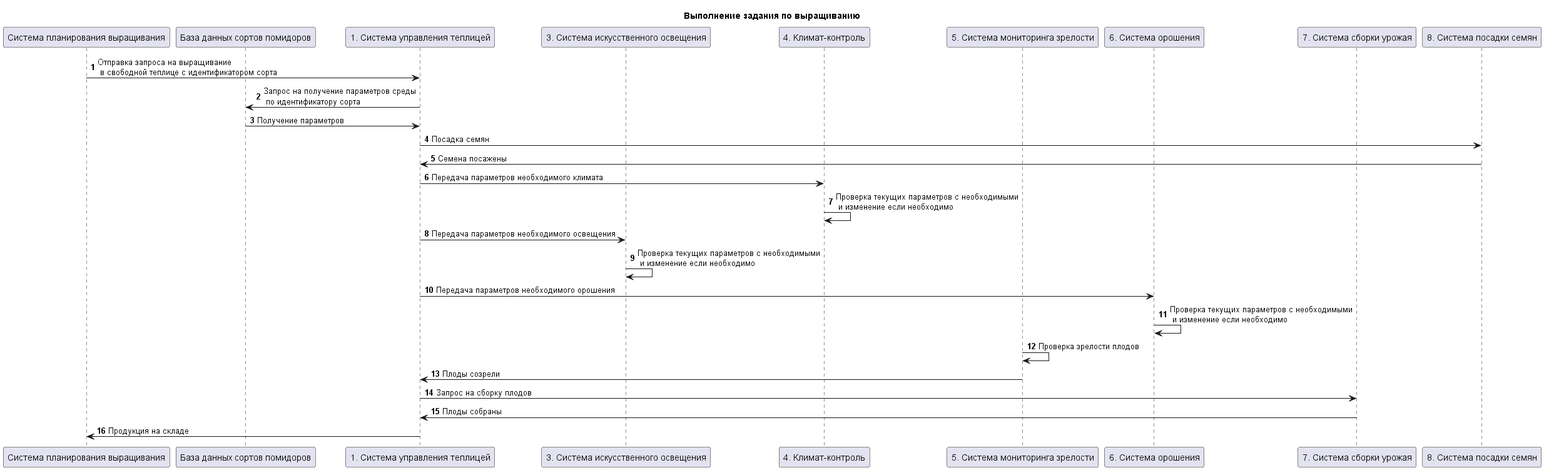
Before: KP/docs/img/proccessing/greenhouse-proccessing-scheme.png, a diagram exported from PlantUML (LibSyfer/CyberImmunity).
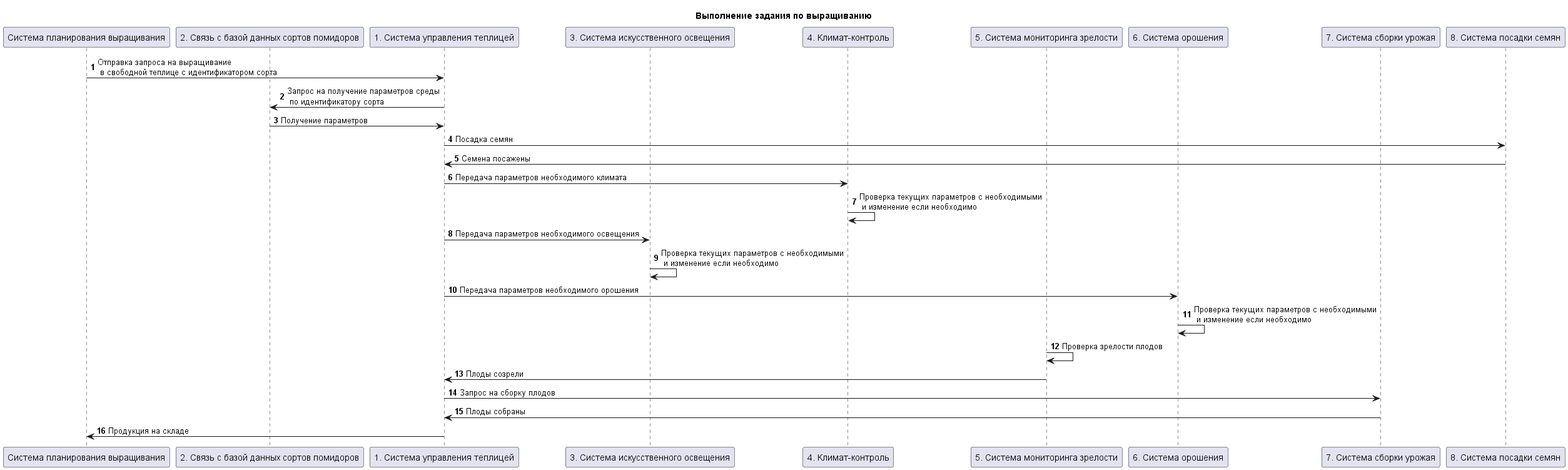
Above is the later version.

Commit message:
Исправлен процесс выращивания в теплице

Change to the diagram source:
```diff
@@ -3,7 +3,7 @@
 title "Выполнение задания по выращиванию"
 
 participant "Система планирования выращивания" as growing_manager_system
-participant "База данных сортов помидоров" as tomato_db
+participant "2. Связь с базой данных сортов помидоров" as tomato_db_connection
 participant "1. Система управления теплицей" as greenhouse_manager_system
 participant "3. Система искусственного освещения" as lighting_system
 participant "4. Климат-контроль" as climate_control
@@ -16,8 +16,8 @@
 
 growing_manager_system -> greenhouse_manager_system: Отправка запроса на выращивание\n в свободной теплице с идентификатором сорта
 
-greenhouse_manager_system -> tomato_db: Запрос на получение параметров среды\n по идентификатору сорта
-tomato_db -> greenhouse_manager_system: Получение параметров
+greenhouse_manager_system -> tomato_db_connection: Запрос на получение параметров среды\n по идентификатору сорта
+tomato_db_connection -> greenhouse_manager_system: Получение параметров
 
 greenhouse_manager_system -> seed_planting_system: Посадка семян
 seed_planting_system -> greenhouse_manager_system: Семена посажены
```
